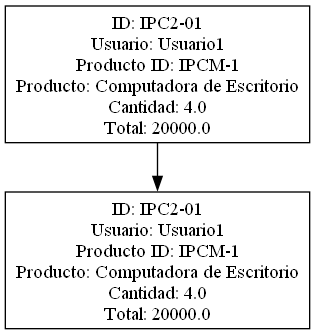
MarceJua/IPC2_ProyectoVJ2024_14 keeps this Graphviz diagram as reportes/pila.png. Above is the earlier version. Its source is kept beside it as reportesdot/pila.dot. Its diagram source:
```dot
digraph G {
     rankdir=TB;
     node[shape=record];
node0 [label="ID: IPC2-01\nUsuario: Usuario1\nProducto ID: IPCM-1\nProducto: Computadora de Escritorio\nCantidad: 4.0\nTotal: 20000.0"];
node0 -> node1;
node1 [label="ID: IPC2-01\nUsuario: Usuario1\nProducto ID: IPCM-1\nProducto: Computadora de Escritorio\nCantidad: 4.0\nTotal: 20000.0"];
}
```
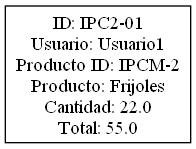
Later version of the same file.

What changed in the source:
```diff
@@ -1,7 +1,5 @@
 digraph G {
      rankdir=TB;
      node[shape=record];
-node0 [label="ID: IPC2-01\nUsuario: Usuario1\nProducto ID: IPCM-1\nProducto: Computadora de Escritorio\nCantidad: 4.0\nTotal: 20000.0"];
-node0 -> node1;
-node1 [label="ID: IPC2-01\nUsuario: Usuario1\nProducto ID: IPCM-1\nProducto: Computadora de Escritorio\nCantidad: 4.0\nTotal: 20000.0"];
+node0 [label="ID: IPC2-01\nUsuario: Usuario1\nProducto ID: IPCM-2\nProducto: Frijoles\nCantidad: 22.0\nTotal: 55.0"];
 }
```
